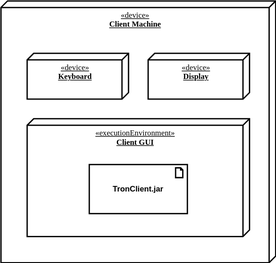
Above: docs/application/diagrams/DeploymentDiagram.drawio.svg in HaniAlshikh/tron (draw.io), before the change. Source tidied: cells renumbered, new cells last; positions are measured from the earlier drawing's top-left corner, leaving out a move shared by most shapes.
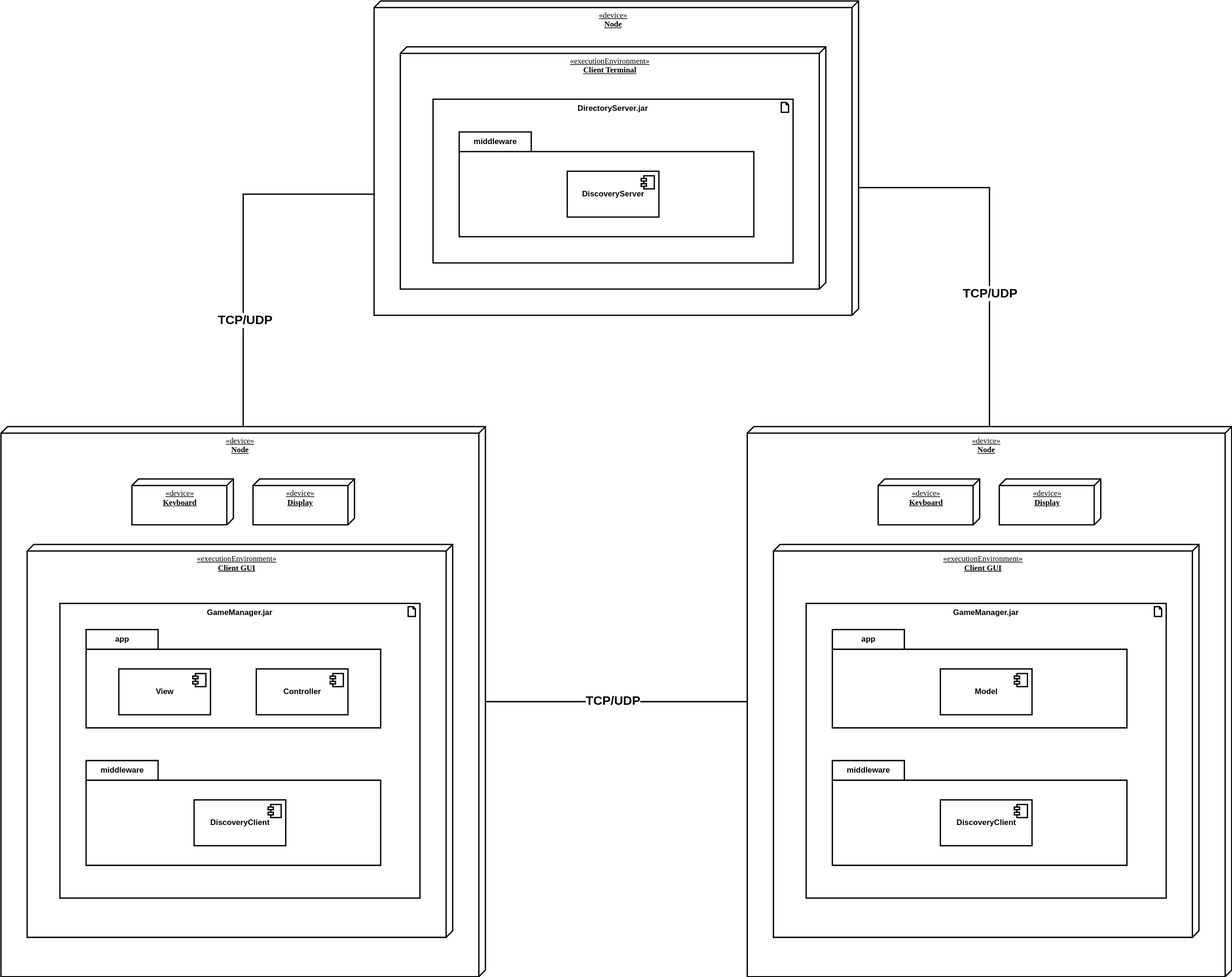
The same file after the commit.

What changed in the source:
```diff
@@ -2,20 +2,127 @@
   <root>
     <mxCell id="0" />
     <mxCell id="1" parent="0" />
-    <mxCell id="2" value="&lt;span&gt;«device»&lt;/span&gt;&lt;br&gt;&lt;b&gt;Client Machine&lt;/b&gt;" style="verticalAlign=top;align=center;spacingTop=8;spacingLeft=2;spacingRight=12;shape=cube;size=10;direction=south;fontStyle=4;html=1;rounded=0;shadow=0;comic=0;labelBackgroundColor=none;strokeWidth=2;fontFamily=Verdana;fontSize=12;" parent="1" vertex="1">
-      <mxGeometry width="420" height="400" as="geometry" />
-    </mxCell>
-    <mxCell id="3" value="&lt;span&gt;«executionEnvironment»&lt;/span&gt;&lt;br&gt;&lt;b&gt;Client GUI&lt;/b&gt;" style="verticalAlign=top;align=center;spacingTop=8;spacingLeft=2;spacingRight=12;shape=cube;size=10;direction=south;fontStyle=4;html=1;rounded=0;shadow=0;comic=0;labelBackgroundColor=none;strokeWidth=2;fontFamily=Verdana;fontSize=12;" parent="1" vertex="1">
-      <mxGeometry x="40" y="180" width="340" height="180" as="geometry" />
-    </mxCell>
-    <mxCell id="4" value="&lt;b&gt;TronClient.jar&lt;/b&gt;" style="html=1;whiteSpace=wrap;shape=mxgraph.archimate3.application;appType=artifact;archiType=square;strokeWidth=2;" parent="1" vertex="1">
-      <mxGeometry x="135" y="250" width="150" height="75" as="geometry" />
-    </mxCell>
-    <mxCell id="5" value="&lt;span&gt;«device»&lt;/span&gt;&lt;br&gt;&lt;b&gt;Keyboard&lt;/b&gt;" style="verticalAlign=top;align=center;spacingTop=8;spacingLeft=2;spacingRight=12;shape=cube;size=10;direction=south;fontStyle=4;html=1;rounded=0;shadow=0;comic=0;labelBackgroundColor=none;strokeWidth=2;fontFamily=Verdana;fontSize=12;" parent="1" vertex="1">
-      <mxGeometry x="40" y="80" width="155" height="70" as="geometry" />
-    </mxCell>
-    <mxCell id="6" value="&lt;span&gt;«device»&lt;/span&gt;&lt;br&gt;&lt;b&gt;Display&lt;/b&gt;" style="verticalAlign=top;align=center;spacingTop=8;spacingLeft=2;spacingRight=12;shape=cube;size=10;direction=south;fontStyle=4;html=1;rounded=0;shadow=0;comic=0;labelBackgroundColor=none;strokeWidth=2;fontFamily=Verdana;fontSize=12;" parent="1" vertex="1">
-      <mxGeometry x="225" y="80" width="155" height="70" as="geometry" />
-    </mxCell>
+    <mxCell id="7" style="edgeStyle=orthogonalEdgeStyle;html=1;entryX=0;entryY=0;entryDx=285;entryDy=0;entryPerimeter=0;fontSize=19;endArrow=none;endFill=0;strokeWidth=2;rounded=0;" parent="1" edge="1" source="9" target="17">
+      <mxGeometry relative="1" as="geometry" />
+    </mxCell>
+    <mxCell id="8" value="&lt;b style=&quot;font-size: 11px&quot;&gt;&lt;font style=&quot;font-size: 19px&quot;&gt;TCP/UDP&lt;/font&gt;&lt;/b&gt;" style="edgeLabel;html=1;align=center;verticalAlign=middle;fontSize=19;" parent="7" vertex="1">
+      <mxGeometry x="-0.28" y="-8" relative="1" as="geometry">
+        <mxPoint x="-8" as="offset" />
+      </mxGeometry>
+    </mxCell>
+    <mxCell id="9" value="&lt;span&gt;«device»&lt;/span&gt;&lt;br&gt;&lt;b&gt;Node&lt;/b&gt;" style="verticalAlign=top;align=center;spacingTop=8;spacingLeft=2;spacingRight=12;shape=cube;size=10;direction=south;fontStyle=4;html=1;rounded=0;shadow=0;comic=0;labelBackgroundColor=none;strokeWidth=2;fontFamily=Verdana;fontSize=12;" parent="1" vertex="1">
+      <mxGeometry x="880" y="50" width="740" height="840" as="geometry" />
+    </mxCell>
+    <mxCell id="10" value="&lt;span&gt;«executionEnvironment»&lt;/span&gt;&lt;br&gt;&lt;b&gt;Client GUI&lt;/b&gt;" style="verticalAlign=top;align=center;spacingTop=8;spacingLeft=2;spacingRight=12;shape=cube;size=10;direction=south;fontStyle=4;html=1;rounded=0;shadow=0;comic=0;labelBackgroundColor=none;strokeWidth=2;fontFamily=Verdana;fontSize=12;" parent="1" vertex="1">
+      <mxGeometry x="920" y="230" width="650" height="600" as="geometry" />
+    </mxCell>
+    <mxCell id="11" value="&lt;b&gt;GameManager.jar&lt;/b&gt;" style="html=1;whiteSpace=wrap;shape=mxgraph.archimate3.application;appType=artifact;archiType=square;strokeWidth=2;verticalAlign=top;" parent="1" vertex="1">
+      <mxGeometry x="970" y="320" width="550" height="450" as="geometry" />
+    </mxCell>
+    <mxCell id="12" value="&lt;span&gt;«device»&lt;/span&gt;&lt;br&gt;&lt;b&gt;Keyboard&lt;/b&gt;" style="verticalAlign=top;align=center;spacingTop=8;spacingLeft=2;spacingRight=12;shape=cube;size=10;direction=south;fontStyle=4;html=1;rounded=0;shadow=0;comic=0;labelBackgroundColor=none;strokeWidth=2;fontFamily=Verdana;fontSize=12;" parent="1" vertex="1">
+      <mxGeometry x="1080" y="130" width="155" height="70" as="geometry" />
+    </mxCell>
+    <mxCell id="13" value="&lt;span&gt;«device»&lt;/span&gt;&lt;br&gt;&lt;b&gt;Display&lt;/b&gt;" style="verticalAlign=top;align=center;spacingTop=8;spacingLeft=2;spacingRight=12;shape=cube;size=10;direction=south;fontStyle=4;html=1;rounded=0;shadow=0;comic=0;labelBackgroundColor=none;strokeWidth=2;fontFamily=Verdana;fontSize=12;" parent="1" vertex="1">
+      <mxGeometry x="1265" y="130" width="155" height="70" as="geometry" />
+    </mxCell>
+    <mxCell id="14" value="app" style="shape=folder;fontStyle=1;tabWidth=110;tabHeight=30;tabPosition=left;html=1;boundedLbl=1;labelInHeader=1;strokeWidth=2;" parent="1" vertex="1">
+      <mxGeometry x="1010" y="360" width="450" height="150" as="geometry" />
+    </mxCell>
+    <mxCell id="15" value="&lt;b&gt;Model&lt;br&gt;&lt;/b&gt;" style="html=1;strokeWidth=2;align=center;verticalAlign=middle;" parent="14" vertex="1">
+      <mxGeometry x="165" y="60" width="140" height="70" as="geometry" />
+    </mxCell>
+    <mxCell id="16" style="shape=module;jettyWidth=8;jettyHeight=4;strokeWidth=2;align=center;verticalAlign=middle;" parent="15" vertex="1">
+      <mxGeometry x="1" width="20" height="20" relative="1" as="geometry">
+        <mxPoint x="-27" y="7" as="offset" />
+      </mxGeometry>
+    </mxCell>
+    <mxCell id="17" value="&lt;span&gt;«device»&lt;/span&gt;&lt;br&gt;&lt;b&gt;Node&lt;/b&gt;" style="verticalAlign=top;align=center;spacingTop=8;spacingLeft=2;spacingRight=12;shape=cube;size=10;direction=south;fontStyle=4;html=1;rounded=0;shadow=0;comic=0;labelBackgroundColor=none;strokeWidth=2;fontFamily=Verdana;fontSize=12;" parent="1" vertex="1">
+      <mxGeometry x="310" y="-600" width="740" height="480" as="geometry" />
+    </mxCell>
+    <mxCell id="18" value="&lt;span&gt;«executionEnvironment»&lt;/span&gt;&lt;br&gt;&lt;b&gt;Client Terminal&lt;/b&gt;" style="verticalAlign=top;align=center;spacingTop=8;spacingLeft=2;spacingRight=12;shape=cube;size=10;direction=south;fontStyle=4;html=1;rounded=0;shadow=0;comic=0;labelBackgroundColor=none;strokeWidth=2;fontFamily=Verdana;fontSize=12;" parent="1" vertex="1">
+      <mxGeometry x="350" y="-530" width="650" height="370" as="geometry" />
+    </mxCell>
+    <mxCell id="19" value="&lt;b&gt;DirectoryServer.jar&lt;/b&gt;" style="html=1;whiteSpace=wrap;shape=mxgraph.archimate3.application;appType=artifact;archiType=square;strokeWidth=2;verticalAlign=top;" parent="1" vertex="1">
+      <mxGeometry x="400" y="-450" width="550" height="250" as="geometry" />
+    </mxCell>
+    <mxCell id="20" value="middleware" style="shape=folder;fontStyle=1;tabWidth=110;tabHeight=30;tabPosition=left;html=1;boundedLbl=1;labelInHeader=1;strokeWidth=2;" parent="1" vertex="1">
+      <mxGeometry x="440" y="-400" width="450" height="160" as="geometry" />
+    </mxCell>
+    <mxCell id="21" value="&lt;b&gt;DiscoveryServer&lt;br&gt;&lt;/b&gt;" style="html=1;strokeWidth=2;align=center;verticalAlign=middle;" parent="20" vertex="1">
+      <mxGeometry x="165" y="60" width="140" height="70" as="geometry" />
+    </mxCell>
+    <mxCell id="22" style="shape=module;jettyWidth=8;jettyHeight=4;strokeWidth=2;align=center;verticalAlign=middle;" parent="21" vertex="1">
+      <mxGeometry x="1" width="20" height="20" relative="1" as="geometry">
+        <mxPoint x="-27" y="7" as="offset" />
+      </mxGeometry>
+    </mxCell>
+    <mxCell id="23" value="middleware" style="shape=folder;fontStyle=1;tabWidth=110;tabHeight=30;tabPosition=left;html=1;boundedLbl=1;labelInHeader=1;strokeWidth=2;" parent="1" vertex="1">
+      <mxGeometry x="1010" y="560" width="450" height="160" as="geometry" />
+    </mxCell>
+    <mxCell id="24" value="&lt;b&gt;DiscoveryClient&lt;br&gt;&lt;/b&gt;" style="html=1;strokeWidth=2;align=center;verticalAlign=middle;" parent="23" vertex="1">
+      <mxGeometry x="165" y="60" width="140" height="70" as="geometry" />
+    </mxCell>
+    <mxCell id="25" style="shape=module;jettyWidth=8;jettyHeight=4;strokeWidth=2;align=center;verticalAlign=middle;" parent="24" vertex="1">
+      <mxGeometry x="1" width="20" height="20" relative="1" as="geometry">
+        <mxPoint x="-27" y="7" as="offset" />
+      </mxGeometry>
+    </mxCell>
+    <mxCell id="26" style="edgeStyle=none;html=1;strokeWidth=2;endArrow=none;endFill=0;" parent="1" edge="1" source="30" target="9">
+      <mxGeometry relative="1" as="geometry" />
+    </mxCell>
+    <mxCell id="27" value="&lt;b&gt;&lt;font style=&quot;font-size: 19px&quot;&gt;TCP/UDP&lt;/font&gt;&lt;/b&gt;" style="edgeLabel;html=1;align=center;verticalAlign=middle;" parent="26" vertex="1">
+      <mxGeometry x="-0.03" y="2" relative="1" as="geometry" />
+    </mxCell>
+    <mxCell id="28" style="edgeStyle=orthogonalEdgeStyle;rounded=0;html=1;entryX=0;entryY=0;entryDx=295;entryDy=740;entryPerimeter=0;fontSize=19;endArrow=none;endFill=0;strokeWidth=2;" parent="1" edge="1" source="30" target="17">
+      <mxGeometry relative="1" as="geometry" />
+    </mxCell>
+    <mxCell id="29" value="&lt;b style=&quot;font-size: 11px&quot;&gt;&lt;font style=&quot;font-size: 19px&quot;&gt;TCP/UDP&lt;/font&gt;&lt;/b&gt;" style="edgeLabel;html=1;align=center;verticalAlign=middle;fontSize=19;" parent="28" vertex="1">
+      <mxGeometry x="-0.42" y="-2" relative="1" as="geometry" />
+    </mxCell>
+    <mxCell id="30" value="&lt;span&gt;«device»&lt;/span&gt;&lt;br&gt;&lt;b&gt;Node&lt;/b&gt;" style="verticalAlign=top;align=center;spacingTop=8;spacingLeft=2;spacingRight=12;shape=cube;size=10;direction=south;fontStyle=4;html=1;rounded=0;shadow=0;comic=0;labelBackgroundColor=none;strokeWidth=2;fontFamily=Verdana;fontSize=12;" parent="1" vertex="1">
+      <mxGeometry x="-260" y="50" width="740" height="840" as="geometry" />
+    </mxCell>
+    <mxCell id="31" value="&lt;span&gt;«executionEnvironment»&lt;/span&gt;&lt;br&gt;&lt;b&gt;Client GUI&lt;/b&gt;" style="verticalAlign=top;align=center;spacingTop=8;spacingLeft=2;spacingRight=12;shape=cube;size=10;direction=south;fontStyle=4;html=1;rounded=0;shadow=0;comic=0;labelBackgroundColor=none;strokeWidth=2;fontFamily=Verdana;fontSize=12;" parent="1" vertex="1">
+      <mxGeometry x="-220" y="230" width="650" height="600" as="geometry" />
+    </mxCell>
+    <mxCell id="32" value="&lt;b&gt;GameManager.jar&lt;/b&gt;" style="html=1;whiteSpace=wrap;shape=mxgraph.archimate3.application;appType=artifact;archiType=square;strokeWidth=2;verticalAlign=top;" parent="1" vertex="1">
+      <mxGeometry x="-170" y="320" width="550" height="450" as="geometry" />
+    </mxCell>
+    <mxCell id="33" value="&lt;span&gt;«device»&lt;/span&gt;&lt;br&gt;&lt;b&gt;Keyboard&lt;/b&gt;" style="verticalAlign=top;align=center;spacingTop=8;spacingLeft=2;spacingRight=12;shape=cube;size=10;direction=south;fontStyle=4;html=1;rounded=0;shadow=0;comic=0;labelBackgroundColor=none;strokeWidth=2;fontFamily=Verdana;fontSize=12;" parent="1" vertex="1">
+      <mxGeometry x="-60" y="130" width="155" height="70" as="geometry" />
+    </mxCell>
+    <mxCell id="34" value="&lt;span&gt;«device»&lt;/span&gt;&lt;br&gt;&lt;b&gt;Display&lt;/b&gt;" style="verticalAlign=top;align=center;spacingTop=8;spacingLeft=2;spacingRight=12;shape=cube;size=10;direction=south;fontStyle=4;html=1;rounded=0;shadow=0;comic=0;labelBackgroundColor=none;strokeWidth=2;fontFamily=Verdana;fontSize=12;" parent="1" vertex="1">
+      <mxGeometry x="125" y="130" width="155" height="70" as="geometry" />
+    </mxCell>
+    <mxCell id="35" value="app" style="shape=folder;fontStyle=1;tabWidth=110;tabHeight=30;tabPosition=left;html=1;boundedLbl=1;labelInHeader=1;strokeWidth=2;" parent="1" vertex="1">
+      <mxGeometry x="-130" y="360" width="450" height="150" as="geometry" />
+    </mxCell>
+    <mxCell id="36" value="&lt;b&gt;View&lt;br&gt;&lt;/b&gt;" style="html=1;strokeWidth=2;align=center;verticalAlign=middle;" parent="35" vertex="1">
+      <mxGeometry x="50" y="60" width="140" height="70" as="geometry" />
+    </mxCell>
+    <mxCell id="37" style="shape=module;jettyWidth=8;jettyHeight=4;strokeWidth=2;align=center;verticalAlign=middle;" parent="36" vertex="1">
+      <mxGeometry x="1" width="20" height="20" relative="1" as="geometry">
+        <mxPoint x="-27" y="7" as="offset" />
+      </mxGeometry>
+    </mxCell>
+    <mxCell id="38" value="&lt;b&gt;Controller&lt;br&gt;&lt;/b&gt;" style="html=1;strokeWidth=2;align=center;verticalAlign=middle;" parent="35" vertex="1">
+      <mxGeometry x="260" y="60" width="140" height="70" as="geometry" />
+    </mxCell>
+    <mxCell id="39" style="shape=module;jettyWidth=8;jettyHeight=4;strokeWidth=2;align=center;verticalAlign=middle;" parent="38" vertex="1">
+      <mxGeometry x="1" width="20" height="20" relative="1" as="geometry">
+        <mxPoint x="-27" y="7" as="offset" />
+      </mxGeometry>
+    </mxCell>
+    <mxCell id="40" value="middleware" style="shape=folder;fontStyle=1;tabWidth=110;tabHeight=30;tabPosition=left;html=1;boundedLbl=1;labelInHeader=1;strokeWidth=2;" parent="1" vertex="1">
+      <mxGeometry x="-130" y="560" width="450" height="160" as="geometry" />
+    </mxCell>
+    <mxCell id="41" value="&lt;b&gt;DiscoveryClient&lt;br&gt;&lt;/b&gt;" style="html=1;strokeWidth=2;align=center;verticalAlign=middle;" parent="40" vertex="1">
+      <mxGeometry x="165" y="60" width="140" height="70" as="geometry" />
+    </mxCell>
+    <mxCell id="42" style="shape=module;jettyWidth=8;jettyHeight=4;strokeWidth=2;align=center;verticalAlign=middle;" parent="41" vertex="1">
+      <mxGeometry x="1" width="20" height="20" relative="1" as="geometry">
+        <mxPoint x="-27" y="7" as="offset" />
+      </mxGeometry>
+    </mxCell>
   </root>
 </mxGraphModel>
```
